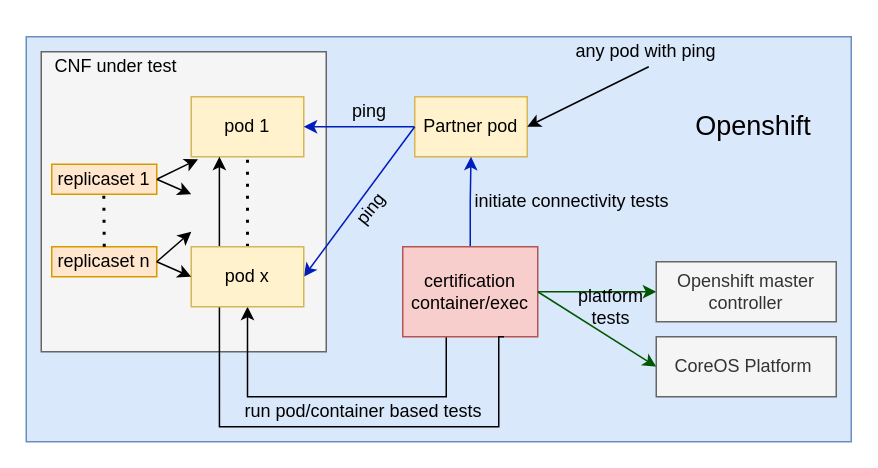
Before: docs/images/overview.drawio in redhat-best-practices-for-k8s/test-network-function, a draw.io diagram. Source tidied: cells renumbered, new cells numbered last; positions are measured from the earlier drawing's top-left corner, leaving out a move shared by most shapes. Both pictures are drawn from the tidied source at 150%, with x=0, y=0 at pixel (26, 36).
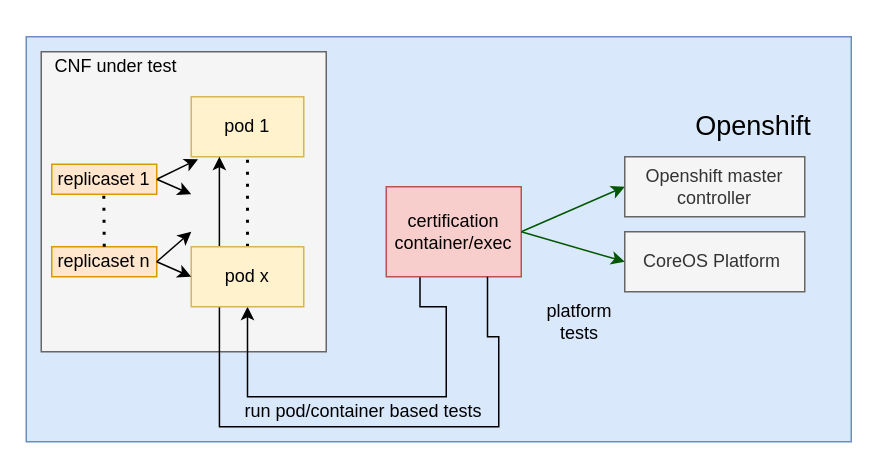
After the change.

The change refers to these unchanged cells:
```xml
<mxCell id="2" style="rounded=0;whiteSpace=wrap;html=1;fillColor=#dae8fc;strokeColor=#6c8ebf;" parent="1" vertex="1">
  <mxGeometry width="550" height="270" as="geometry" />
</mxCell>
<mxCell id="4" value="pod 1" style="rounded=0;whiteSpace=wrap;html=1;fillColor=#fff2cc;strokeColor=#d6b656;" parent="1" vertex="1">
  <mxGeometry x="110" y="40" width="75" height="40" as="geometry" />
</mxCell>
<mxCell id="29" value="pod x" style="rounded=0;whiteSpace=wrap;html=1;fillColor=#fff2cc;strokeColor=#d6b656;" parent="1" vertex="1">
  <mxGeometry x="110" y="140" width="75" height="40" as="geometry" />
</mxCell>
```

The edit, as a diff of the source:
```diff
@@
-    <mxCell id="7" style="edgeStyle=orthogonalEdgeStyle;rounded=0;jettySize=auto;html=1;exitX=0;exitY=0.5;exitDx=0;exitDy=0;entryX=1;entryY=0.5;entryDx=0;entryDy=0;fillColor=#0050ef;strokeColor=#001DBC;" parent="1" edge="1" source="8" target="4">
-      <mxGeometry relative="1" as="geometry" />
-    </mxCell>
-    <mxCell id="8" value="Partner pod" style="rounded=0;whiteSpace=wrap;html=1;fillColor=#fff2cc;strokeColor=#d6b656;" parent="1" vertex="1">
-      <mxGeometry x="259" y="40" width="75" height="40" as="geometry" />
-    </mxCell>
-    <mxCell id="9" style="edgeStyle=orthogonalEdgeStyle;rounded=0;jettySize=auto;html=1;exitX=0.5;exitY=0;exitDx=0;exitDy=0;entryX=0.5;entryY=1;entryDx=0;entryDy=0;fillColor=#0050ef;strokeColor=#001DBC;" parent="1" edge="1" source="12" target="8">
-      <mxGeometry relative="1" as="geometry" />
-    </mxCell>
@@
-    <mxCell id="11" style="edgeStyle=none;rounded=0;jettySize=auto;html=1;exitX=1;exitY=0.5;exitDx=0;exitDy=0;strokeColor=#005700;fillColor=#008a00;" parent="1" edge="1" source="12" target="20">
+    <mxCell id="11" style="edgeStyle=none;rounded=0;jettySize=auto;html=1;exitX=1;exitY=0.5;exitDx=0;exitDy=0;strokeColor=#005700;fillColor=#008a00;entryX=0;entryY=0.5;entryDx=0;entryDy=0;" parent="1" edge="1" source="12" target="20">
       <mxGeometry relative="1" as="geometry" />
     </mxCell>
     <mxCell id="12" value="certification container/exec" style="rounded=0;whiteSpace=wrap;html=1;fillColor=#f8cecc;strokeColor=#b85450;" parent="1" vertex="1">
-      <mxGeometry x="251" y="140" width="90" height="60" as="geometry" />
+      <mxGeometry x="240" y="100" width="90" height="60" as="geometry" />
     </mxCell>
-    <mxCell id="13" style="endArrow=classic;html=1;exitX=0;exitY=0.5;exitDx=0;exitDy=0;entryX=1;entryY=0.5;entryDx=0;entryDy=0;fillColor=#0050ef;strokeColor=#001DBC;" parent="1" edge="1" source="8" target="29">
-      <mxGeometry relative="1" as="geometry" />
-    </mxCell>
-    <mxCell id="14" value="ping" style="text;html=1;strokeColor=none;fillColor=none;align=center;verticalAlign=middle;whiteSpace=wrap;rounded=0;" parent="1" vertex="1">
-      <mxGeometry x="194" y="40" width="70" height="20" as="geometry" />
-    </mxCell>
-    <mxCell id="15" value="ping" style="text;html=1;strokeColor=none;fillColor=none;align=center;verticalAlign=middle;whiteSpace=wrap;rounded=0;rotation=309;" parent="1" vertex="1">
-      <mxGeometry x="195" y="105" width="70" height="20" as="geometry" />
-    </mxCell>
-    <mxCell id="16" value="initiate connectivity tests" style="text;html=1;strokeColor=none;fillColor=none;align=center;verticalAlign=middle;whiteSpace=wrap;rounded=0;" parent="1" vertex="1">
-      <mxGeometry x="289" y="100" width="150" height="20" as="geometry" />
-    </mxCell>
@@
     <mxCell id="20" value="Openshift master controller" style="rounded=0;whiteSpace=wrap;html=1;fillColor=#f5f5f5;strokeColor=#666666;fontColor=#333333;" parent="1" vertex="1">
-      <mxGeometry x="420" y="150" width="120" height="40" as="geometry" />
+      <mxGeometry x="399" y="80" width="120" height="40" as="geometry" />
     </mxCell>
     <mxCell id="21" value="CoreOS Platform&amp;nbsp;" style="rounded=0;whiteSpace=wrap;html=1;fillColor=#f5f5f5;strokeColor=#666666;fontColor=#333333;" parent="1" vertex="1">
-      <mxGeometry x="420" y="200" width="120" height="40" as="geometry" />
+      <mxGeometry x="399" y="130" width="120" height="40" as="geometry" />
     </mxCell>
@@
     <mxCell id="23" value="platform tests" style="text;html=1;strokeColor=none;fillColor=none;align=center;verticalAlign=middle;whiteSpace=wrap;rounded=0;" parent="1" vertex="1">
-      <mxGeometry x="370" y="170" width="40" height="20" as="geometry" />
+      <mxGeometry x="349" y="180" width="40" height="20" as="geometry" />
     </mxCell>
-    <mxCell id="24" value="any pod with ping&amp;nbsp;" style="text;html=1;strokeColor=none;fillColor=none;align=center;verticalAlign=middle;whiteSpace=wrap;rounded=0;dashed=1;" parent="1" vertex="1">
-      <mxGeometry x="360" width="110" height="20" as="geometry" />
-    </mxCell>
-    <mxCell id="25" style="endArrow=classic;html=1;exitX=0.5;exitY=1;exitDx=0;exitDy=0;entryX=1;entryY=0.5;entryDx=0;entryDy=0;" parent="1" edge="1" source="24" target="8">
-      <mxGeometry relative="1" as="geometry" />
-    </mxCell>
-    <mxCell id="26" style="edgeStyle=none;rounded=0;orthogonalLoop=1;jettySize=auto;html=1;exitX=0.5;exitY=0;exitDx=0;exitDy=0;strokeColor=#000000;" parent="1" edge="1" source="2" target="2">
-      <mxGeometry relative="1" as="geometry" />
-    </mxCell>
```
